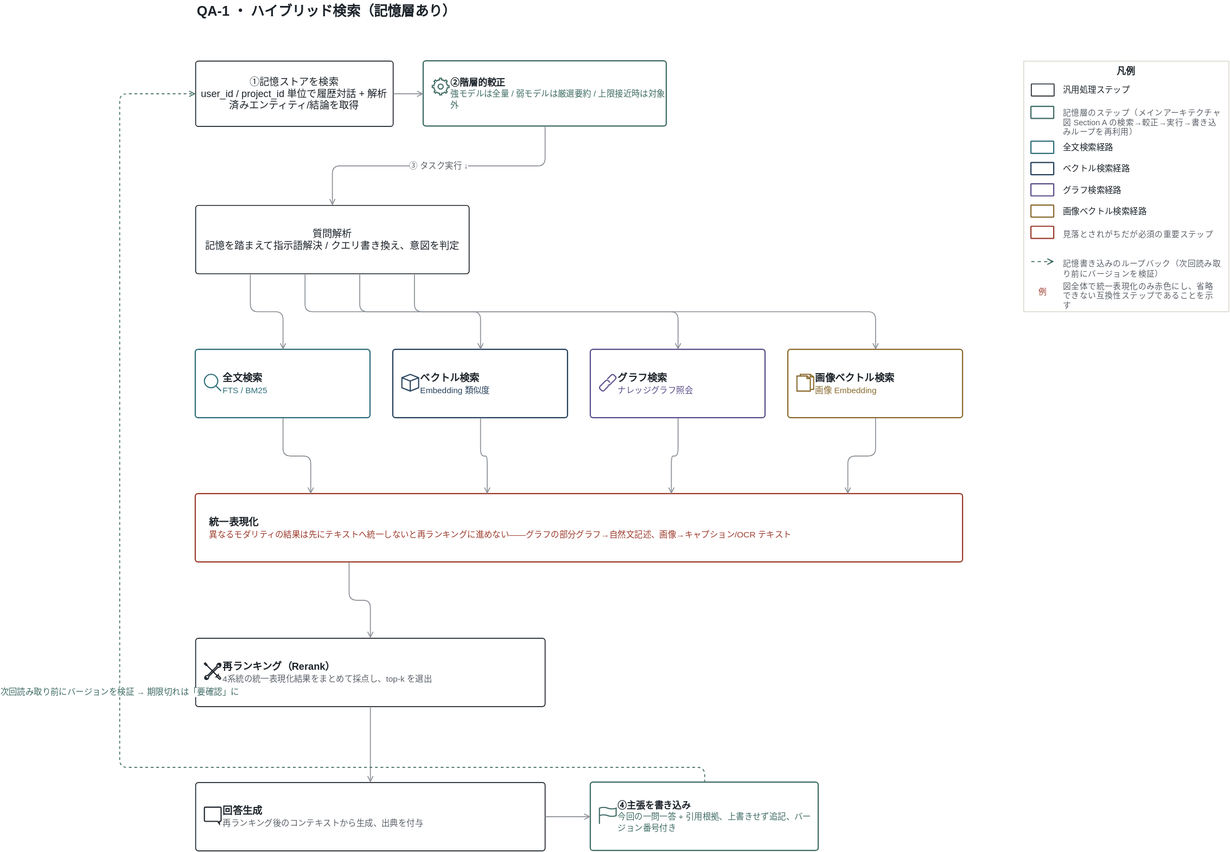
This is docs/public/diagrams/qa-01-hybrid-retrieval-ja.svg from tiand23/AICompass, a draw.io export, as it was before one commit. Source tidied: cells renumbered, new cells last; positions are measured from the earlier drawing's top-left corner, leaving out a move shared by most shapes.
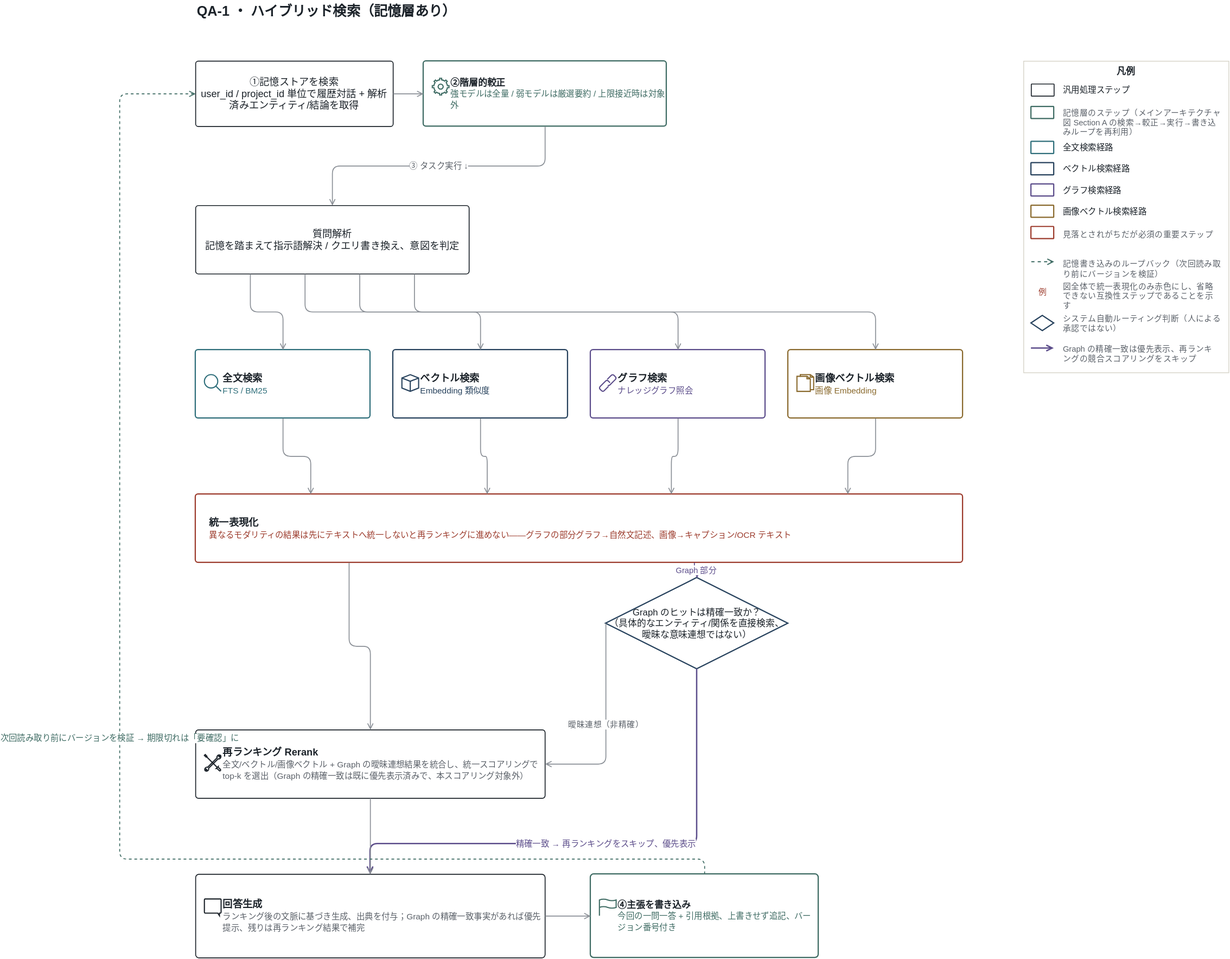
After the commit.

Change to the diagram source:
```diff
@@ -74,29 +74,50 @@
     <mxCell id="25" style="edgeStyle=orthogonalEdgeStyle;rounded=1;html=1;jettySize=auto;strokeWidth=1.2;strokeColor=#8A8F96;endArrow=open;endFill=0;exitX=0.5;exitY=1;entryX=0.85;entryY=0;" parent="1" edge="1" source="15" target="21">
       <mxGeometry relative="1" as="geometry" />
     </mxCell>
-    <mxCell id="26" value="&lt;b&gt;再ランキング（Rerank）&lt;/b&gt;&lt;br&gt;&lt;font color=#5B6169 style=&quot;font-size:11px&quot;&gt;4系統の統一表現化結果をまとめて採点し、top-k を選出&lt;/font&gt;" style="rounded=1;arcSize=4;whiteSpace=wrap;html=1;fillColor=#FFFFFF;strokeColor=#1B2229;strokeWidth=1.2;align=left;verticalAlign=middle;spacingLeft=34;fontSize=13;fontColor=#1B2229;fontFamily=Helvetica;" parent="1" vertex="1">
-      <mxGeometry x="100" y="840" width="460" height="90" as="geometry" />
+    <mxCell id="26" value="&lt;b&gt;再ランキング Rerank&lt;/b&gt;&lt;br&gt;&lt;font color=#5B6169 style=&quot;font-size:11px&quot;&gt;全文/ベクトル/画像ベクトル + Graph の曖昧連想結果を統合し、統一スコアリングで top-k を選出（Graph の精確一致は既に優先表示済みで、本スコアリング対象外）&lt;/font&gt;" style="rounded=1;arcSize=4;whiteSpace=wrap;html=1;fillColor=#FFFFFF;strokeColor=#1B2229;strokeWidth=1.2;align=left;verticalAlign=middle;spacingLeft=34;fontSize=13;fontColor=#1B2229;fontFamily=Helvetica;" parent="1" vertex="1">
+      <mxGeometry x="100" y="960" width="460" height="90" as="geometry" />
     </mxCell>
     <mxCell id="27" style="shape=mxgraph.ios7.icons.tools;html=1;strokeColor=#1B2229;fillColor=none;strokeWidth=1.5;" parent="1" vertex="1">
-      <mxGeometry x="112" y="873" width="22" height="22" as="geometry" />
+      <mxGeometry x="112" y="993" width="22" height="22" as="geometry" />
     </mxCell>
     <mxCell id="28" style="edgeStyle=orthogonalEdgeStyle;rounded=1;html=1;strokeWidth=1.2;strokeColor=#8A8F96;endArrow=open;endFill=0;exitX=0.2;exitY=1;entryX=0.5;entryY=0;" parent="1" edge="1" source="21" target="26">
       <mxGeometry relative="1" as="geometry" />
     </mxCell>
+    <mxCell id="55" value="Graph のヒットは精確一致か？&#10;（具体的なエンティティ/関係を直接検索、曖昧な意味連想ではない）" style="rhombus;whiteSpace=wrap;html=1;fillColor=#FFFFFF;strokeColor=#26415C;strokeWidth=1.6;fontSize=12;fontColor=#1B2229;fontFamily=Helvetica;" parent="1" vertex="1">
+      <mxGeometry x="640" y="760" width="240" height="120" as="geometry" />
+    </mxCell>
+    <mxCell id="56" value="Graph 部分" style="edgeStyle=orthogonalEdgeStyle;rounded=1;html=1;strokeWidth=1.2;strokeColor=#5B4C8A;fontColor=#5B4C8A;endArrow=open;endFill=0;exitX=0.65;exitY=1;entryX=0.5;entryY=0;labelBackgroundColor=#FFFFFF;fontSize=10.5;" parent="1" edge="1" source="21" target="55">
+      <mxGeometry relative="1" as="geometry" />
+    </mxCell>
+    <mxCell id="57" value="曖昧連想（非精確）" style="edgeStyle=orthogonalEdgeStyle;rounded=1;html=1;strokeWidth=1.2;strokeColor=#8A8F96;fontColor=#5B6169;endArrow=open;endFill=0;exitX=0;exitY=0.5;entryX=1;entryY=0.5;labelBackgroundColor=#FFFFFF;fontSize=10.5;" parent="1" edge="1" source="55" target="26">
+      <mxGeometry relative="1" as="geometry">
+        <Array as="points">
+          <mxPoint x="640" y="1005" />
+        </Array>
+      </mxGeometry>
+    </mxCell>
+    <mxCell id="58" value="精確一致 → 再ランキングをスキップ、優先表示" style="edgeStyle=orthogonalEdgeStyle;rounded=1;html=1;strokeWidth=1.8;strokeColor=#5B4C8A;fontColor=#5B4C8A;endArrow=open;endFill=0;exitX=0.5;exitY=1;entryX=0.5;entryY=0;labelBackgroundColor=#FFFFFF;fontSize=11;" parent="1" edge="1" source="55" target="29">
+      <mxGeometry relative="1" as="geometry">
+        <Array as="points">
+          <mxPoint x="760" y="1110" />
+          <mxPoint x="330" y="1110" />
+        </Array>
+      </mxGeometry>
+    </mxCell>
-    <mxCell id="29" value="&lt;b&gt;回答生成&lt;/b&gt;&lt;br&gt;&lt;font color=#5B6169 style=&quot;font-size:11px&quot;&gt;再ランキング後のコンテキストから生成、出典を付与&lt;/font&gt;" style="rounded=1;arcSize=4;whiteSpace=wrap;html=1;fillColor=#FFFFFF;strokeColor=#1B2229;strokeWidth=1.2;align=left;verticalAlign=middle;spacingLeft=34;fontSize=13;fontColor=#1B2229;fontFamily=Helvetica;" parent="1" vertex="1">
-      <mxGeometry x="100" y="1030" width="460" height="90" as="geometry" />
+    <mxCell id="29" value="&lt;b&gt;回答生成&lt;/b&gt;&lt;br&gt;&lt;font color=#5B6169 style=&quot;font-size:11px&quot;&gt;ランキング後の文脈に基づき生成、出典を付与；Graph の精確一致事実があれば優先提示、残りは再ランキング結果で補完&lt;/font&gt;" style="rounded=1;arcSize=4;whiteSpace=wrap;html=1;fillColor=#FFFFFF;strokeColor=#1B2229;strokeWidth=1.2;align=left;verticalAlign=middle;spacingLeft=34;fontSize=13;fontColor=#1B2229;fontFamily=Helvetica;" parent="1" vertex="1">
+      <mxGeometry x="100" y="1150" width="460" height="110" as="geometry" />
     </mxCell>
     <mxCell id="30" style="shape=mxgraph.ios7.icons.message;html=1;strokeColor=#1B2229;fillColor=none;strokeWidth=1.5;" parent="1" vertex="1">
-      <mxGeometry x="112" y="1063" width="22" height="22" as="geometry" />
+      <mxGeometry x="112" y="1183" width="22" height="22" as="geometry" />
     </mxCell>
     <mxCell id="31" style="edgeStyle=orthogonalEdgeStyle;rounded=1;html=1;strokeWidth=1.2;strokeColor=#8A8F96;endArrow=open;endFill=0;exitX=0.5;exitY=1;entryX=0.5;entryY=0;" parent="1" edge="1" source="26" target="29">
       <mxGeometry relative="1" as="geometry" />
     </mxCell>
     <mxCell id="32" value="&lt;b&gt;④主張を書き込み&lt;/b&gt;&lt;br&gt;&lt;font color=#3E6B63 style=&quot;font-size:11px&quot;&gt;今回の一問一答 + 引用根拠、上書きせず追記、バージョン番号付き&lt;/font&gt;" style="rounded=1;arcSize=4;whiteSpace=wrap;html=1;fillColor=#FFFFFF;strokeColor=#3E6B63;strokeWidth=1.6;align=left;verticalAlign=middle;spacingLeft=34;fontSize=12;fontColor=#1B2229;fontFamily=Helvetica;" parent="1" vertex="1">
-      <mxGeometry x="620" y="1030" width="300" height="90" as="geometry" />
+      <mxGeometry x="620" y="1150" width="300" height="110" as="geometry" />
     </mxCell>
     <mxCell id="33" style="shape=mxgraph.ios7.icons.flag;html=1;strokeColor=#3E6B63;fillColor=none;strokeWidth=1.5;" parent="1" vertex="1">
-      <mxGeometry x="632" y="1063" width="22" height="22" as="geometry" />
+      <mxGeometry x="632" y="1183" width="22" height="22" as="geometry" />
     </mxCell>
     <mxCell id="34" style="edgeStyle=orthogonalEdgeStyle;rounded=1;html=1;strokeWidth=1.2;strokeColor=#8A8F96;endArrow=open;endFill=0;exitX=1;exitY=0.5;entryX=0;entryY=0.5;" parent="1" edge="1" source="29" target="32">
       <mxGeometry relative="1" as="geometry" />
@@ -104,14 +125,14 @@
     <mxCell id="35" value="次回読み取り前にバージョンを検証 → 期限切れは「要確認」に" style="edgeStyle=orthogonalEdgeStyle;rounded=1;html=1;dashed=1;strokeWidth=1.2;strokeColor=#3E6B63;fontColor=#3E6B63;endArrow=open;endFill=0;exitX=0.5;exitY=0;entryX=0;entryY=0.5;labelBackgroundColor=#FFFFFF;fontSize=11;" parent="1" edge="1" source="32" target="3">
       <mxGeometry relative="1" as="geometry">
         <Array as="points">
-          <mxPoint x="770" y="1010" />
-          <mxPoint y="1010" />
+          <mxPoint x="770" y="1130" />
+          <mxPoint y="1130" />
           <mxPoint y="123" />
         </Array>
       </mxGeometry>
     </mxCell>
     <mxCell id="36" value="凡例" style="rounded=0;whiteSpace=wrap;html=1;fillColor=none;strokeColor=#D6D3C8;verticalAlign=top;fontStyle=1;fontSize=12;fontColor=#1B2229;fontFamily=Helvetica;" parent="1" vertex="1">
-      <mxGeometry x="1190" y="80" width="270" height="330" as="geometry" />
+      <mxGeometry x="1190" y="80" width="270" height="410" as="geometry" />
     </mxCell>
     <mxCell id="37" style="rounded=1;arcSize=4;html=1;fillColor=#FFFFFF;strokeColor=#1B2229;strokeWidth=1.2;" parent="36" vertex="1">
       <mxGeometry x="10" y="30" width="30" height="16" as="geometry" />
@@ -170,5 +191,20 @@
     <mxCell id="54" value="図全体で統一表現化のみ赤色にし、省略できない互換性ステップであることを示す" style="text;html=1;whiteSpace=wrap;align=left;verticalAlign=middle;fontSize=10.5;fontColor=#5B6169;fontFamily=Helvetica;" parent="36" vertex="1">
       <mxGeometry x="50" y="292" width="210" height="34" as="geometry" />
     </mxCell>
+    <mxCell id="59" style="rhombus;html=1;fillColor=#FFFFFF;strokeColor=#26415C;strokeWidth=1.6;" parent="36" vertex="1">
+      <mxGeometry x="10" y="335" width="30" height="20" as="geometry" />
+    </mxCell>
+    <mxCell id="60" value="システム自動ルーティング判断（人による承認ではない）" style="text;html=1;whiteSpace=wrap;align=left;verticalAlign=middle;fontSize=10.5;fontColor=#5B6169;fontFamily=Helvetica;" parent="36" vertex="1">
+      <mxGeometry x="50" y="330" width="210" height="30" as="geometry" />
+    </mxCell>
+    <mxCell id="61" style="html=1;endArrow=open;endFill=0;strokeWidth=1.8;strokeColor=#5B4C8A;" parent="36" edge="1">
+      <mxGeometry relative="1" as="geometry">
+        <mxPoint x="10" y="378" as="sourcePoint" />
+        <mxPoint x="40" y="378" as="targetPoint" />
+      </mxGeometry>
+    </mxCell>
+    <mxCell id="62" value="Graph の精確一致は優先表示、再ランキングの競合スコアリングをスキップ" style="text;html=1;whiteSpace=wrap;align=left;verticalAlign=middle;fontSize=10.5;fontColor=#5B6169;fontFamily=Helvetica;" parent="36" vertex="1">
+      <mxGeometry x="50" y="368" width="210" height="34" as="geometry" />
+    </mxCell>
   </root>
 </mxGraphModel>
```
